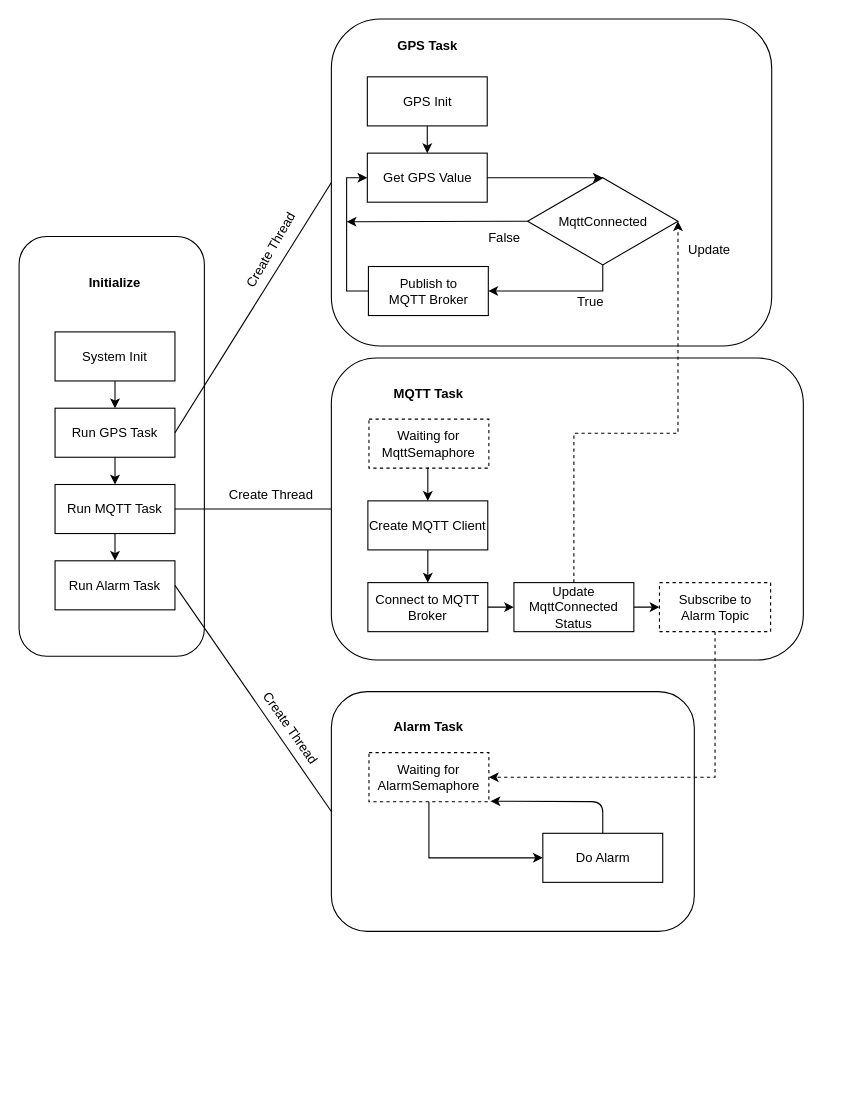
ntxtung/DrawIORepo keeps this draw.io diagram as page "Device" (2 of 3) of Untitled Diagram.drawio. Above is the earlier version. Source tidied: cells renumbered, new cells numbered last; positions are measured from the earlier drawing's top-left corner, leaving out a move shared by most shapes. Both pictures are drawn from the tidied source at 109%, with x=0, y=0 at pixel (19, 19).
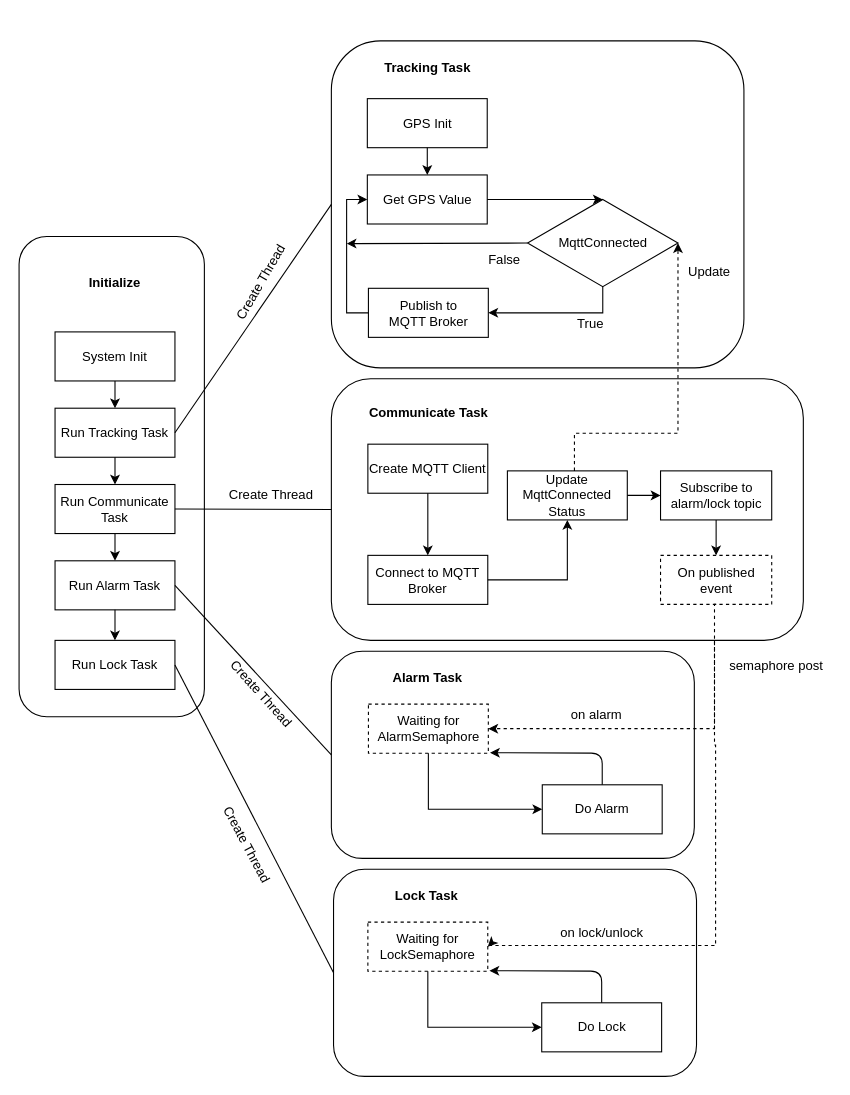
The same diagram, later.

The change refers to these unchanged cells:
```xml
<mxCell id="11" value="Run Alarm Task" style="rounded=0;whiteSpace=wrap;html=1;fillColor=none;" parent="1" vertex="1">
  <mxGeometry x="33" y="497" width="110" height="45" as="geometry" />
</mxCell>
```

The edit, as a diff of the source:
```diff
@@
     <mxCell id="2" style="rounded=1;whiteSpace=wrap;html=1;fillColor=none;" parent="1" vertex="1">
-      <mxGeometry x="286.5" y="311" width="433" height="277" as="geometry" />
+      <mxGeometry x="286.5" y="330" width="433" height="240" as="geometry" />
     </mxCell>
     <mxCell id="3" style="rounded=1;whiteSpace=wrap;html=1;fillColor=none;" parent="1" vertex="1">
-      <mxGeometry y="199.5" width="170" height="385" as="geometry" />
+      <mxGeometry y="199.5" width="170" height="440.5" as="geometry" />
     </mxCell>
@@
-    <mxCell id="8" value="Run GPS Task" style="rounded=0;whiteSpace=wrap;html=1;fillColor=none;" parent="1" vertex="1">
+    <mxCell id="8" value="Run Tracking Task" style="rounded=0;whiteSpace=wrap;html=1;fillColor=none;" parent="1" vertex="1">
       <mxGeometry x="33" y="357" width="110" height="45" as="geometry" />
     </mxCell>
@@
-    <mxCell id="10" value="Run MQTT Task" style="rounded=0;whiteSpace=wrap;html=1;fillColor=none;" parent="1" vertex="1">
+    <mxCell id="10" value="Run Communicate Task" style="rounded=0;whiteSpace=wrap;html=1;fillColor=none;" parent="1" vertex="1">
       <mxGeometry x="33" y="427" width="110" height="45" as="geometry" />
     </mxCell>
@@
-    <mxCell id="12" value="MQTT Task" style="text;html=1;strokeColor=none;fillColor=none;align=center;verticalAlign=middle;whiteSpace=wrap;rounded=0;fontStyle=1;" parent="1" vertex="1">
-      <mxGeometry x="325.5" y="328.5" width="100" height="30" as="geometry" />
+    <mxCell id="12" value="Communicate Task" style="text;html=1;strokeColor=none;fillColor=none;align=center;verticalAlign=middle;whiteSpace=wrap;rounded=0;fontStyle=1;" parent="1" vertex="1">
+      <mxGeometry x="316" y="347" width="119.5" height="30" as="geometry" />
     </mxCell>
-    <mxCell id="13" value="Waiting for MqttSemaphore" style="rounded=0;whiteSpace=wrap;html=1;fillColor=none;dashed=1;" parent="1" vertex="1">
-      <mxGeometry x="321" y="367" width="110" height="45" as="geometry" />
-    </mxCell>
     <mxCell id="14" value="Create MQTT Client" style="rounded=0;whiteSpace=wrap;html=1;fillColor=none;" parent="1" vertex="1">
-      <mxGeometry x="320" y="442" width="110" height="45" as="geometry" />
+      <mxGeometry x="320" y="390" width="110" height="45" as="geometry" />
     </mxCell>
@@
     <mxCell id="16" style="rounded=1;whiteSpace=wrap;html=1;fillColor=none;" parent="1" vertex="1">
-      <mxGeometry x="286.5" width="404" height="300" as="geometry" />
+      <mxGeometry x="286.5" y="20" width="378.5" height="300" as="geometry" />
     </mxCell>
-    <mxCell id="17" value="GPS Task" style="text;html=1;strokeColor=none;fillColor=none;align=center;verticalAlign=middle;whiteSpace=wrap;rounded=0;fontStyle=1;" parent="1" vertex="1">
-      <mxGeometry x="324.5" y="10" width="100" height="30" as="geometry" />
+    <mxCell id="17" value="Tracking Task" style="text;html=1;strokeColor=none;fillColor=none;align=center;verticalAlign=middle;whiteSpace=wrap;rounded=0;fontStyle=1;" parent="1" vertex="1">
+      <mxGeometry x="324.5" y="30" width="100" height="30" as="geometry" />
     </mxCell>
     <mxCell id="18" value="GPS Init" style="rounded=0;whiteSpace=wrap;html=1;fillColor=none;" parent="1" vertex="1">
-      <mxGeometry x="319.5" y="53" width="110" height="45" as="geometry" />
+      <mxGeometry x="319.5" y="73" width="110" height="45" as="geometry" />
     </mxCell>
     <mxCell id="19" style="edgeStyle=orthogonalEdgeStyle;rounded=0;jettySize=auto;html=1;entryX=0.5;entryY=0;entryDx=0;entryDy=0;" parent="1" edge="1" source="20" target="40">
       <mxGeometry relative="1" as="geometry">
         <Array as="points">
-          <mxPoint x="502.5" y="146" />
+          <mxPoint x="502.5" y="166" />
         </Array>
       </mxGeometry>
     </mxCell>
     <mxCell id="20" value="Get GPS Value" style="rounded=0;whiteSpace=wrap;html=1;fillColor=none;" parent="1" vertex="1">
-      <mxGeometry x="319.5" y="123" width="110" height="45" as="geometry" />
+      <mxGeometry x="319.5" y="143" width="110" height="45" as="geometry" />
     </mxCell>
@@
     <mxCell id="22" value="Publish to &lt;br&gt;MQTT Broker" style="rounded=0;whiteSpace=wrap;html=1;fillColor=none;" parent="1" vertex="1">
-      <mxGeometry x="320.5" y="227" width="110" height="45" as="geometry" />
+      <mxGeometry x="320.5" y="247" width="110" height="45" as="geometry" />
     </mxCell>
@@
     <mxCell id="24" value="Connect to MQTT Broker" style="rounded=0;whiteSpace=wrap;html=1;fillColor=none;" parent="1" vertex="1">
-      <mxGeometry x="320" y="517" width="110" height="45" as="geometry" />
+      <mxGeometry x="320" y="492" width="110" height="45" as="geometry" />
     </mxCell>
@@
-    <mxCell id="26" style="edgeStyle=orthogonalEdgeStyle;rounded=0;jettySize=auto;html=1;exitX=0.5;exitY=1;exitDx=0;exitDy=0;entryX=0.5;entryY=0;entryDx=0;entryDy=0;" parent="1" edge="1" source="13" target="14">
-      <mxGeometry relative="1" as="geometry" />
-    </mxCell>
@@
     <mxCell id="28" style="rounded=1;whiteSpace=wrap;html=1;fillColor=none;" parent="1" vertex="1">
-      <mxGeometry x="286.5" y="617" width="333" height="220" as="geometry" />
+      <mxGeometry x="286.5" y="580" width="333" height="190" as="geometry" />
     </mxCell>
     <mxCell id="29" value="Alarm Task" style="text;html=1;strokeColor=none;fillColor=none;align=center;verticalAlign=middle;whiteSpace=wrap;rounded=0;fontStyle=1;" parent="1" vertex="1">
-      <mxGeometry x="325.5" y="634.5" width="100" height="30" as="geometry" />
+      <mxGeometry x="325" y="590" width="100" height="30" as="geometry" />
     </mxCell>
     <mxCell id="30" value="Waiting for AlarmSemaphore" style="rounded=0;whiteSpace=wrap;html=1;fillColor=none;dashed=1;" parent="1" vertex="1">
-      <mxGeometry x="321" y="673" width="110" height="45" as="geometry" />
+      <mxGeometry x="320.5" y="628.5" width="110" height="45" as="geometry" />
     </mxCell>
     <mxCell id="31" value="Do Alarm" style="rounded=0;whiteSpace=wrap;html=1;fillColor=none;" parent="1" vertex="1">
-      <mxGeometry x="480.5" y="747" width="110" height="45" as="geometry" />
+      <mxGeometry x="480" y="702.5" width="110" height="45" as="geometry" />
     </mxCell>
@@
-    <mxCell id="34" style="edgeStyle=orthogonalEdgeStyle;rounded=0;jettySize=auto;html=1;entryX=1;entryY=0.5;entryDx=0;entryDy=0;dashed=1;" parent="1" edge="1" source="35" target="30">
+    <mxCell id="34" style="edgeStyle=orthogonalEdgeStyle;rounded=0;jettySize=auto;html=1;entryX=1;entryY=0.5;entryDx=0;entryDy=0;dashed=1;exitX=0.5;exitY=1;exitDx=0;exitDy=0;" parent="1" edge="1" source="51" target="30">
       <mxGeometry relative="1" as="geometry">
         <Array as="points">
-          <mxPoint x="638.5" y="696" />
+          <mxPoint x="638" y="537" />
+          <mxPoint x="638" y="651" />
         </Array>
       </mxGeometry>
     </mxCell>
+    <mxCell id="50" style="edgeStyle=orthogonalEdgeStyle;rounded=0;jettySize=auto;html=1;fontSize=12;exitX=0.5;exitY=1;exitDx=0;exitDy=0;entryX=0.5;entryY=0;entryDx=0;entryDy=0;" parent="1" edge="1" source="35" target="51">
+      <mxGeometry relative="1" as="geometry" />
+    </mxCell>
-    <mxCell id="35" value="Subscribe to Alarm Topic" style="rounded=0;whiteSpace=wrap;html=1;fillColor=none;dashed=1;" parent="1" vertex="1">
-      <mxGeometry x="587.5" y="517" width="102" height="45" as="geometry" />
+    <mxCell id="35" value="Subscribe to alarm/lock topic" style="rounded=0;whiteSpace=wrap;html=1;fillColor=none;" parent="1" vertex="1">
+      <mxGeometry x="588.5" y="414.5" width="102" height="45" as="geometry" />
     </mxCell>
@@
     <mxCell id="38" value="Update MqttConnected Status" style="rounded=0;whiteSpace=wrap;html=1;fillColor=none;" parent="1" vertex="1">
-      <mxGeometry x="454" y="517" width="110" height="45" as="geometry" />
+      <mxGeometry x="448" y="414.5" width="110" height="45" as="geometry" />
     </mxCell>
     <mxCell id="39" style="edgeStyle=orthogonalEdgeStyle;rounded=0;jettySize=auto;html=1;entryX=1;entryY=0.5;entryDx=0;entryDy=0;" parent="1" edge="1" source="40" target="22">
       <mxGeometry relative="1" as="geometry">
         <Array as="points">
-          <mxPoint x="535.5" y="249" />
+          <mxPoint x="535.5" y="269" />
         </Array>
       </mxGeometry>
     </mxCell>
     <mxCell id="40" value="MqttConnected" style="rhombus;whiteSpace=wrap;html=1;" parent="1" vertex="1">
-      <mxGeometry x="466.5" y="145.5" width="138" height="80" as="geometry" />
+      <mxGeometry x="466.5" y="165.5" width="138" height="80" as="geometry" />
     </mxCell>
     <mxCell id="41" style="edgeStyle=orthogonalEdgeStyle;rounded=0;jettySize=auto;html=1;entryX=0;entryY=0.5;entryDx=0;entryDy=0;exitX=0;exitY=0.5;exitDx=0;exitDy=0;" parent="1" edge="1" source="22" target="20">
       <mxGeometry relative="1" as="geometry">
         <Array as="points">
-          <mxPoint x="300.5" y="249" />
-          <mxPoint x="300.5" y="146" />
+          <mxPoint x="300.5" y="269" />
+          <mxPoint x="300.5" y="166" />
         </Array>
       </mxGeometry>
     </mxCell>
     <mxCell id="42" style="endArrow=classic;html=1;exitX=0;exitY=0.5;exitDx=0;exitDy=0;" parent="1" edge="1" source="40">
       <mxGeometry relative="1" as="geometry">
-        <mxPoint x="300.5" y="186" as="targetPoint" />
+        <mxPoint x="300.5" y="206" as="targetPoint" />
       </mxGeometry>
     </mxCell>
     <mxCell id="43" value="True" style="text;html=1;strokeColor=none;fillColor=none;align=center;verticalAlign=middle;whiteSpace=wrap;rounded=0;" parent="1" vertex="1">
-      <mxGeometry x="503" y="245" width="43" height="30" as="geometry" />
+      <mxGeometry x="503" y="265" width="43" height="30" as="geometry" />
     </mxCell>
     <mxCell id="44" value="False" style="text;html=1;strokeColor=none;fillColor=none;align=center;verticalAlign=middle;whiteSpace=wrap;rounded=0;" parent="1" vertex="1">
-      <mxGeometry x="423.5" y="185.5" width="43" height="30" as="geometry" />
+      <mxGeometry x="423.5" y="205.5" width="43" height="30" as="geometry" />
     </mxCell>
     <mxCell id="45" value="Update" style="text;html=1;strokeColor=none;fillColor=none;align=center;verticalAlign=middle;whiteSpace=wrap;rounded=0;" parent="1" vertex="1">
-      <mxGeometry x="612" y="197" width="43" height="30" as="geometry" />
+      <mxGeometry x="612" y="217" width="43" height="30" as="geometry" />
     </mxCell>
     <mxCell id="46" style="endArrow=classic;html=1;exitX=0.5;exitY=0;exitDx=0;exitDy=0;entryX=1.014;entryY=0.989;entryDx=0;entryDy=0;entryPerimeter=0;" parent="1" edge="1" source="31" target="30">
       <mxGeometry relative="1" as="geometry">
         <Array as="points">
-          <mxPoint x="535.5" y="718" />
+          <mxPoint x="535" y="673.5" />
         </Array>
       </mxGeometry>
     </mxCell>
     <mxCell id="47" value="Create Thread" style="text;html=1;strokeColor=none;fillColor=none;align=center;verticalAlign=middle;whiteSpace=wrap;rounded=0;dashed=1;fontSize=12;rotation=-60;" parent="1" vertex="1">
-      <mxGeometry x="165" y="202" width="133" height="20" as="geometry" />
+      <mxGeometry x="155.5" y="232" width="133" height="20" as="geometry" />
     </mxCell>
@@
-    <mxCell id="49" value="Create Thread" style="text;html=1;strokeColor=none;fillColor=none;align=center;verticalAlign=middle;whiteSpace=wrap;rounded=0;dashed=1;fontSize=12;rotation=55;" parent="1" vertex="1">
-      <mxGeometry x="183" y="640.5" width="133" height="20" as="geometry" />
+    <mxCell id="49" value="Create Thread" style="text;html=1;strokeColor=none;fillColor=none;align=center;verticalAlign=middle;whiteSpace=wrap;rounded=0;dashed=1;fontSize=12;rotation=48;" parent="1" vertex="1">
+      <mxGeometry x="155.5" y="609" width="133" height="20" as="geometry" />
     </mxCell>
+    <mxCell id="51" value="On published event" style="rounded=0;whiteSpace=wrap;html=1;fillColor=none;dashed=1;" parent="1" vertex="1">
+      <mxGeometry x="588.5" y="492" width="102" height="45" as="geometry" />
+    </mxCell>
+    <mxCell id="52" value="semaphore post" style="text;html=1;strokeColor=none;fillColor=none;align=center;verticalAlign=middle;whiteSpace=wrap;rounded=0;fontSize=12;" parent="1" vertex="1">
+      <mxGeometry x="645" y="584" width="100" height="20" as="geometry" />
+    </mxCell>
+    <mxCell id="53" value="Run Lock Task" style="rounded=0;whiteSpace=wrap;html=1;fillColor=none;" parent="1" vertex="1">
+      <mxGeometry x="33" y="570" width="110" height="45" as="geometry" />
+    </mxCell>
+    <mxCell id="54" style="edgeStyle=orthogonalEdgeStyle;rounded=0;jettySize=auto;html=1;exitX=0.5;exitY=1;exitDx=0;exitDy=0;" parent="1" edge="1" source="11">
+      <mxGeometry relative="1" as="geometry">
+        <mxPoint x="88" y="570" as="targetPoint" />
+      </mxGeometry>
+    </mxCell>
+    <mxCell id="55" style="rounded=1;whiteSpace=wrap;html=1;fillColor=none;" parent="1" vertex="1">
+      <mxGeometry x="288.5" y="780" width="333" height="190" as="geometry" />
+    </mxCell>
+    <mxCell id="56" style="endArrow=none;html=1;entryX=1;entryY=0.5;entryDx=0;entryDy=0;exitX=0;exitY=0.5;exitDx=0;exitDy=0;" parent="1" edge="1" source="55" target="53">
+      <mxGeometry relative="1" as="geometry" />
+    </mxCell>
+    <mxCell id="57" value="Create Thread" style="text;html=1;strokeColor=none;fillColor=none;align=center;verticalAlign=middle;whiteSpace=wrap;rounded=0;dashed=1;fontSize=12;rotation=62;" parent="1" vertex="1">
+      <mxGeometry x="143" y="747.5" width="133" height="20" as="geometry" />
+    </mxCell>
+    <mxCell id="58" value="Lock Task" style="text;html=1;strokeColor=none;fillColor=none;align=center;verticalAlign=middle;whiteSpace=wrap;rounded=0;fontStyle=1;" parent="1" vertex="1">
+      <mxGeometry x="323.5" y="790" width="100" height="30" as="geometry" />
+    </mxCell>
+    <mxCell id="59" value="Waiting for LockSemaphore" style="rounded=0;whiteSpace=wrap;html=1;fillColor=none;dashed=1;" parent="1" vertex="1">
+      <mxGeometry x="320" y="828.5" width="110" height="45" as="geometry" />
+    </mxCell>
+    <mxCell id="60" value="Do Lock" style="rounded=0;whiteSpace=wrap;html=1;fillColor=none;" parent="1" vertex="1">
+      <mxGeometry x="479.5" y="902.5" width="110" height="45" as="geometry" />
+    </mxCell>
+    <mxCell id="61" style="edgeStyle=orthogonalEdgeStyle;rounded=0;jettySize=auto;html=1;exitX=0.5;exitY=1;exitDx=0;exitDy=0;entryX=0;entryY=0.5;entryDx=0;entryDy=0;" parent="1" edge="1" source="59" target="60">
+      <mxGeometry relative="1" as="geometry" />
+    </mxCell>
+    <mxCell id="62" style="endArrow=classic;html=1;exitX=0.5;exitY=0;exitDx=0;exitDy=0;entryX=1.014;entryY=0.989;entryDx=0;entryDy=0;entryPerimeter=0;" parent="1" edge="1" source="60" target="59">
+      <mxGeometry relative="1" as="geometry">
+        <Array as="points">
+          <mxPoint x="534.5" y="873.5" />
+        </Array>
+      </mxGeometry>
+    </mxCell>
+    <mxCell id="63" style="edgeStyle=orthogonalEdgeStyle;rounded=0;jettySize=auto;html=1;entryX=1;entryY=0.5;entryDx=0;entryDy=0;dashed=1;" parent="1" edge="1" target="59">
+      <mxGeometry relative="1" as="geometry">
+        <mxPoint x="638" y="570" as="sourcePoint" />
+        <Array as="points">
+          <mxPoint x="638" y="666" />
+          <mxPoint x="639" y="666" />
+          <mxPoint x="639" y="850" />
+          <mxPoint x="431" y="850" />
+          <mxPoint x="431" y="851" />
+        </Array>
+      </mxGeometry>
+    </mxCell>
+    <mxCell id="64" value="on alarm" style="text;html=1;strokeColor=none;fillColor=none;align=center;verticalAlign=middle;whiteSpace=wrap;rounded=0;fontSize=12;" parent="1" vertex="1">
+      <mxGeometry x="495" y="628.5" width="70" height="20" as="geometry" />
+    </mxCell>
+    <mxCell id="65" value="on lock/unlock" style="text;html=1;strokeColor=none;fillColor=none;align=center;verticalAlign=middle;whiteSpace=wrap;rounded=0;fontSize=12;" parent="1" vertex="1">
+      <mxGeometry x="495" y="828.5" width="80" height="20" as="geometry" />
+    </mxCell>
```
